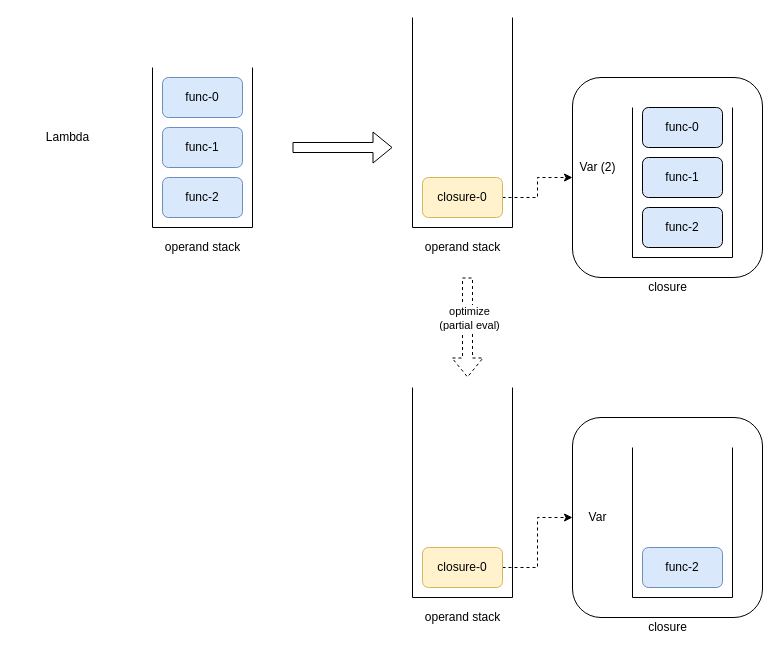
Above: page "Lambda" (1 of 6) of opcodes.drawio in guitarvydas/ptblc (draw.io), before the change. Source tidied: cells renumbered, new cells numbered last; positions are measured from the earlier drawing's top-left corner, leaving out a move shared by most shapes. Both pictures are drawn from the tidied source at 100%, with x=0, y=0 at pixel (37, 17).
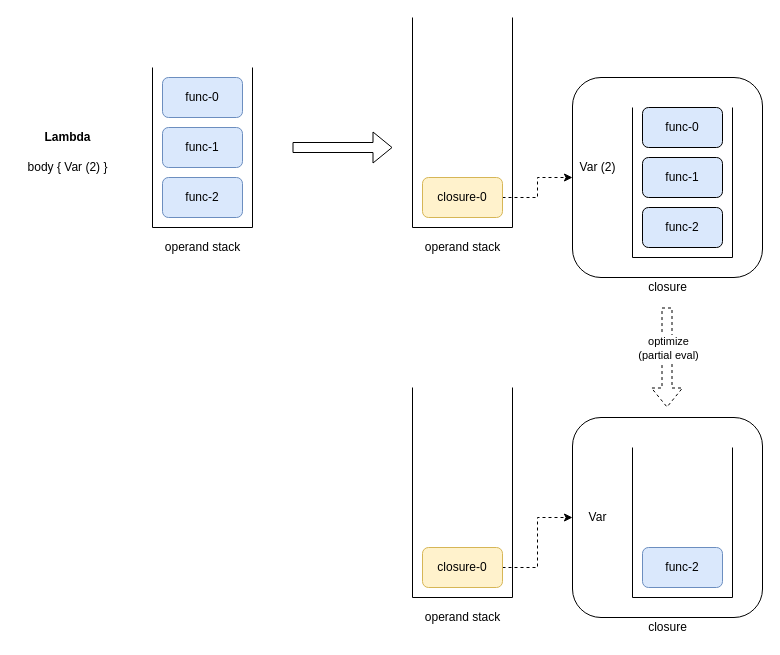
Above is the later version.

Diff of the diagram source:
```diff
@@
-    <mxCell id="9" value="Lambda" style="text;html=1;align=center;verticalAlign=middle;strokeColor=none;" parent="1" vertex="1">
+    <mxCell id="9" value="Lambda" style="text;html=1;align=center;verticalAlign=middle;strokeColor=none;fontStyle=1;" parent="1" vertex="1">
       <mxGeometry y="110" width="60" height="20" as="geometry" />
     </mxCell>
@@
     <mxCell id="17" style="shape=flexArrow;endArrow=classic;html=1;dashed=1;" parent="1" edge="1">
       <mxGeometry relative="1" as="geometry">
-        <mxPoint x="430" y="260" as="sourcePoint" />
-        <mxPoint x="430" y="360" as="targetPoint" />
+        <mxPoint x="629.5" y="290" as="sourcePoint" />
+        <mxPoint x="629.5" y="390" as="targetPoint" />
       </mxGeometry>
     </mxCell>
@@
+    <mxCell id="41" value="body { Var (2) }" style="text;html=1;align=center;verticalAlign=middle;strokeColor=none;" parent="1" vertex="1">
+      <mxGeometry x="-20" y="140" width="100" height="20" as="geometry" />
+    </mxCell>
```
